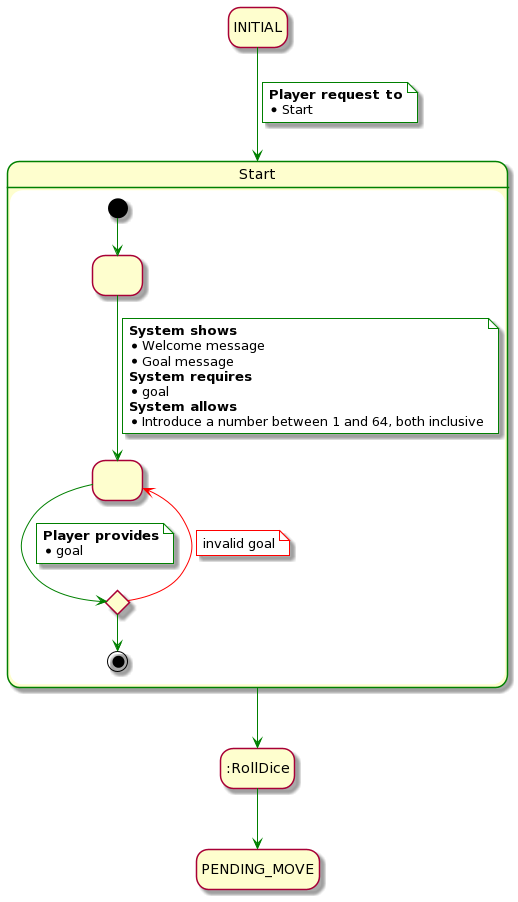
Before: rup/usecase/start.png, a diagram exported from PlantUML (USantaTecla-game-backgammon/backgammon).
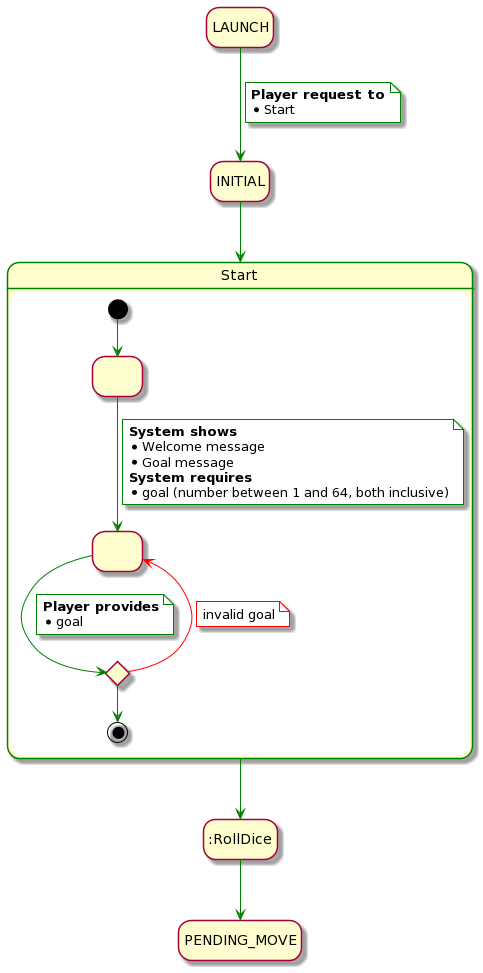
Above is the later version.

Diff of the diagram source:
```diff
@@ -1,6 +1,7 @@
 @startuml
 hide empty description
 
+state LAUNCH
 state INITIAL
 
 state Start ##green {
@@ -16,9 +17,7 @@
         * Welcome message
         * Goal message
         <b>System requires</b>
-        * goal
-        <b>System allows</b>
-        * Introduce a number between 1 and 64, both inclusive
+        * goal (number between 1 and 64, both inclusive)
     end note
 
     2 -[#green]-> validate
@@ -34,12 +33,12 @@
 
     validate -[#green]-> [*]
 }
-
-INITIAL -[#green]-> Start
+LAUNCH -[#green]-> INITIAL
 note on link #white
     <b>Player request to</b>
     * Start
 end note
+INITIAL -[#green]-> Start
 
 Start -[#green]-> :RollDice
 :RollDice -[#green]-> PENDING_MOVE
```
